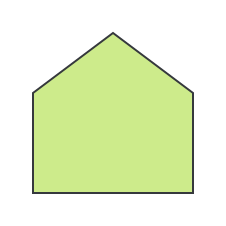
The draw.io diagram l1.drawio in DMfananddu/ERP, before the edit. Source tidied: cells renumbered, new cells numbered last; positions are measured from the earlier drawing's top-left corner, leaving out a move shared by most shapes. Both pictures are drawn from the tidied source at 200%, with x=0, y=0 at pixel (32, 32).
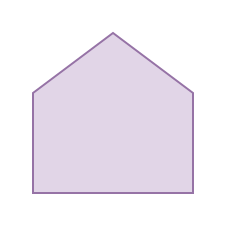
The same diagram, later.

Change to the diagram source:
```diff
@@
 <mxGraphModel>
   <root>
     <mxCell id="0" />
     <mxCell id="1" parent="0" />
-    <mxCell id="2" style="shape=offPageConnector;whiteSpace=wrap;html=1;rotation=-180;size=0.375;fillColor=#cdeb8b;strokeColor=#36393d;" parent="1" vertex="1">
+    <mxCell id="2" style="shape=offPageConnector;whiteSpace=wrap;html=1;rotation=-180;size=0.375;fillColor=#e1d5e7;strokeColor=#9673a6;" parent="1" vertex="1">
       <mxGeometry width="80" height="80" as="geometry" />
     </mxCell>
   </root>
 </mxGraphModel>
```
